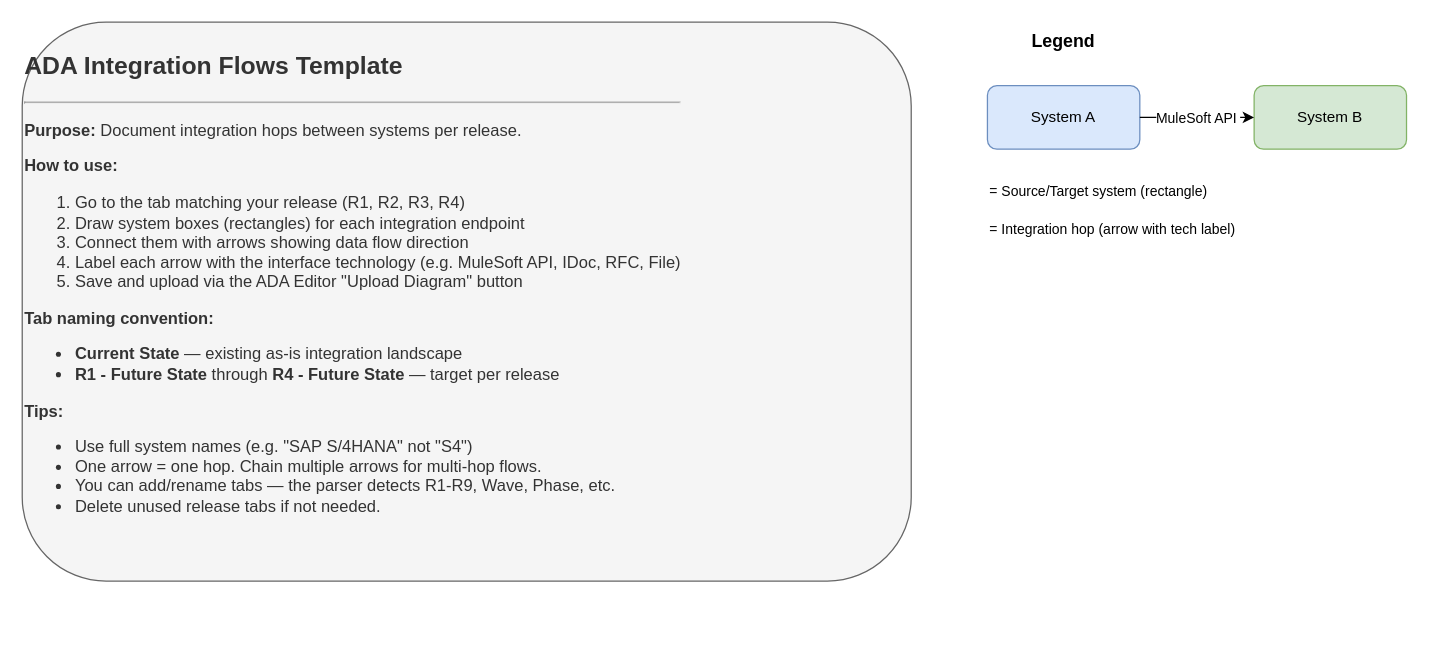
Before: page "Instructions" (1 of 13) of public/templates/integration-flows-template.drawio in sajivfrancis777/ADA-Ingestion, a draw.io diagram. Source tidied: cells renumbered, new cells numbered last; positions are measured from the earlier drawing's top-left corner, leaving out a move shared by most shapes. Both pictures are drawn from the tidied source at 127%, with x=0, y=0 at pixel (22, 22).
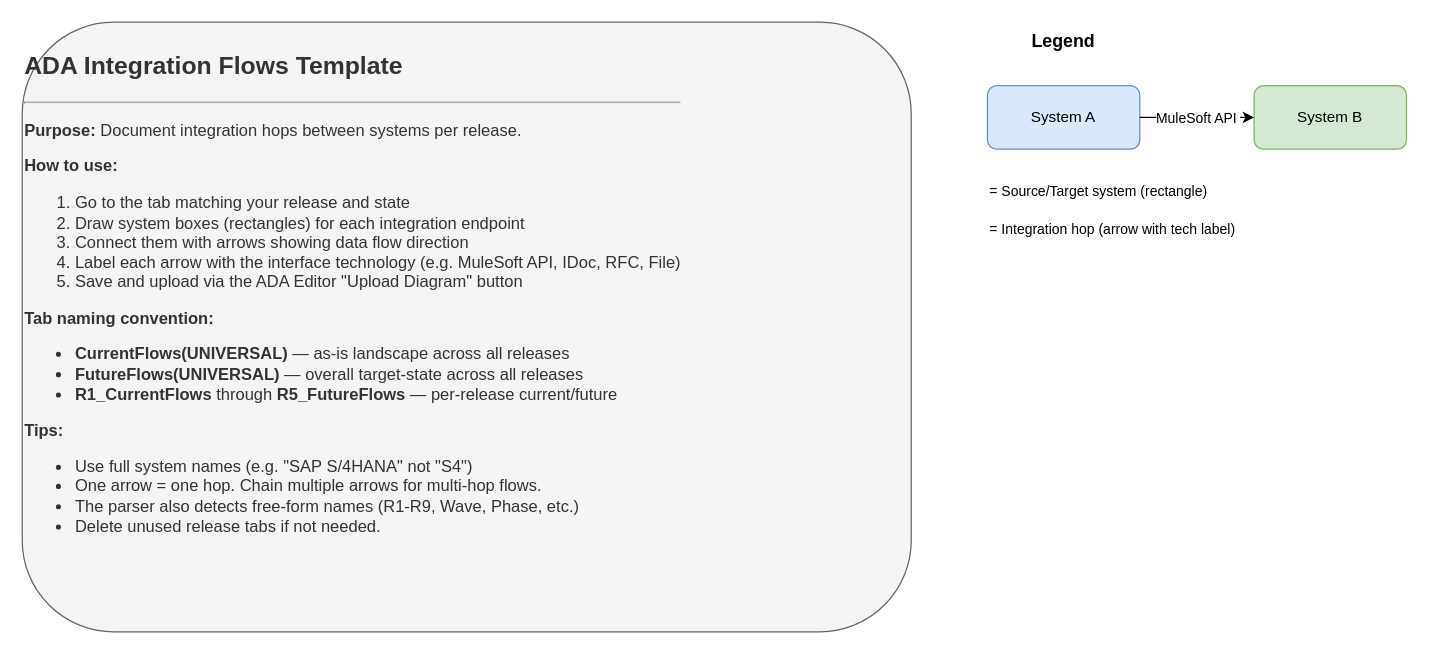
The same page after the edit.

Commit message (it also covers changes not shown here):
feat: correct tab naming, .vsdx template, dynamic filenames, insert row

The edit, as a diff of the source:
```diff
@@
 <mxGraphModel>
   <root>
     <mxCell id="0" />
     <mxCell id="1" parent="0" />
-    <mxCell id="2" value="&lt;h2&gt;ADA Integration Flows Template&lt;/h2&gt;&lt;hr&gt;&lt;p&gt;&lt;b&gt;Purpose:&lt;/b&gt; Document integration hops between systems per release.&lt;/p&gt;&lt;p&gt;&lt;b&gt;How to use:&lt;/b&gt;&lt;/p&gt;&lt;ol&gt;&lt;li&gt;Go to the tab matching your release (R1, R2, R3, R4)&lt;/li&gt;&lt;li&gt;Draw system boxes (rectangles) for each integration endpoint&lt;/li&gt;&lt;li&gt;Connect them with arrows showing data flow direction&lt;/li&gt;&lt;li&gt;Label each arrow with the interface technology (e.g. MuleSoft API, IDoc, RFC, File)&lt;/li&gt;&lt;li&gt;Save and upload via the ADA Editor &amp;quot;Upload Diagram&amp;quot; button&lt;/li&gt;&lt;/ol&gt;&lt;p&gt;&lt;b&gt;Tab naming convention:&lt;/b&gt;&lt;/p&gt;&lt;ul&gt;&lt;li&gt;&lt;b&gt;Current State&lt;/b&gt; — existing as-is integration landscape&lt;/li&gt;&lt;li&gt;&lt;b&gt;R1 - Future State&lt;/b&gt; through &lt;b&gt;R4 - Future State&lt;/b&gt; — target per release&lt;/li&gt;&lt;/ul&gt;&lt;p&gt;&lt;b&gt;Tips:&lt;/b&gt;&lt;/p&gt;&lt;ul&gt;&lt;li&gt;Use full system names (e.g. &amp;quot;SAP S/4HANA&amp;quot; not &amp;quot;S4&amp;quot;)&lt;/li&gt;&lt;li&gt;One arrow = one hop. Chain multiple arrows for multi-hop flows.&lt;/li&gt;&lt;li&gt;You can add/rename tabs — the parser detects R1-R9, Wave, Phase, etc.&lt;/li&gt;&lt;li&gt;Delete unused release tabs if not needed.&lt;/li&gt;&lt;/ul&gt;" style="text;html=1;align=left;verticalAlign=top;whiteSpace=wrap;rounded=1;fillColor=#f5f5f5;strokeColor=#666666;fontColor=#333333;fontSize=13;" parent="1" vertex="1">
-      <mxGeometry width="700" height="440" as="geometry" />
+    <mxCell id="2" value="&lt;h2&gt;ADA Integration Flows Template&lt;/h2&gt;&lt;hr&gt;&lt;p&gt;&lt;b&gt;Purpose:&lt;/b&gt; Document integration hops between systems per release.&lt;/p&gt;&lt;p&gt;&lt;b&gt;How to use:&lt;/b&gt;&lt;/p&gt;&lt;ol&gt;&lt;li&gt;Go to the tab matching your release and state&lt;/li&gt;&lt;li&gt;Draw system boxes (rectangles) for each integration endpoint&lt;/li&gt;&lt;li&gt;Connect them with arrows showing data flow direction&lt;/li&gt;&lt;li&gt;Label each arrow with the interface technology (e.g. MuleSoft API, IDoc, RFC, File)&lt;/li&gt;&lt;li&gt;Save and upload via the ADA Editor &amp;quot;Upload Diagram&amp;quot; button&lt;/li&gt;&lt;/ol&gt;&lt;p&gt;&lt;b&gt;Tab naming convention:&lt;/b&gt;&lt;/p&gt;&lt;ul&gt;&lt;li&gt;&lt;b&gt;CurrentFlows(UNIVERSAL)&lt;/b&gt; — as-is landscape across all releases&lt;/li&gt;&lt;li&gt;&lt;b&gt;FutureFlows(UNIVERSAL)&lt;/b&gt; — overall target-state across all releases&lt;/li&gt;&lt;li&gt;&lt;b&gt;R1_CurrentFlows&lt;/b&gt; through &lt;b&gt;R5_FutureFlows&lt;/b&gt; — per-release current/future&lt;/li&gt;&lt;/ul&gt;&lt;p&gt;&lt;b&gt;Tips:&lt;/b&gt;&lt;/p&gt;&lt;ul&gt;&lt;li&gt;Use full system names (e.g. &amp;quot;SAP S/4HANA&amp;quot; not &amp;quot;S4&amp;quot;)&lt;/li&gt;&lt;li&gt;One arrow = one hop. Chain multiple arrows for multi-hop flows.&lt;/li&gt;&lt;li&gt;The parser also detects free-form names (R1-R9, Wave, Phase, etc.)&lt;/li&gt;&lt;li&gt;Delete unused release tabs if not needed.&lt;/li&gt;&lt;/ul&gt;" style="text;html=1;align=left;verticalAlign=top;whiteSpace=wrap;rounded=1;fillColor=#f5f5f5;strokeColor=#666666;fontColor=#333333;fontSize=13;" parent="1" vertex="1">
+      <mxGeometry width="700" height="480" as="geometry" />
     </mxCell>
     <mxCell id="3" value="&lt;b&gt;Legend&lt;/b&gt;" style="text;html=1;align=center;verticalAlign=middle;whiteSpace=wrap;rounded=0;fontSize=14;" parent="1" vertex="1">
       <mxGeometry x="760" width="120" height="30" as="geometry" />
     </mxCell>
     <mxCell id="4" value="System A" style="rounded=1;whiteSpace=wrap;html=1;fillColor=#dae8fc;strokeColor=#6c8ebf;fontSize=12;" parent="1" vertex="1">
       <mxGeometry x="760" y="50" width="120" height="50" as="geometry" />
     </mxCell>
     <mxCell id="5" value="System B" style="rounded=1;whiteSpace=wrap;html=1;fillColor=#d5e8d4;strokeColor=#82b366;fontSize=12;" parent="1" vertex="1">
       <mxGeometry x="970" y="50" width="120" height="50" as="geometry" />
     </mxCell>
     <mxCell id="6" value="MuleSoft API" style="edgeStyle=orthogonalEdgeStyle;rounded=0;jetSize=auto;exitX=1;exitY=0.5;exitDx=0;exitDy=0;entryX=0;entryY=0.5;entryDx=0;entryDy=0;" parent="1" edge="1" source="4" target="5">
       <mxGeometry relative="1" as="geometry" />
     </mxCell>
     <mxCell id="7" value="= Source/Target system (rectangle)" style="text;html=1;align=left;verticalAlign=middle;whiteSpace=wrap;fontSize=11;" parent="1" vertex="1">
       <mxGeometry x="760" y="120" width="300" height="25" as="geometry" />
     </mxCell>
     <mxCell id="8" value="= Integration hop (arrow with tech label)" style="text;html=1;align=left;verticalAlign=middle;whiteSpace=wrap;fontSize=11;" parent="1" vertex="1">
       <mxGeometry x="760" y="150" width="300" height="25" as="geometry" />
     </mxCell>
   </root>
 </mxGraphModel>
```
